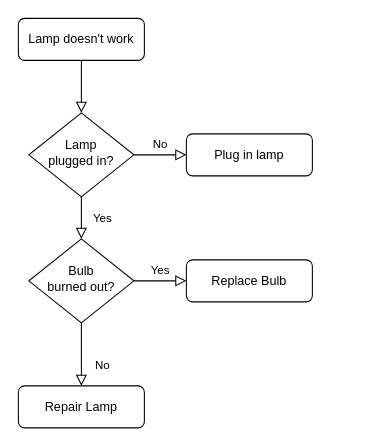
Above: Snacky_dog.drawio in gecksta/gecksta (draw.io), before the change. Source tidied: cells renumbered, new cells numbered last; positions are measured from the earlier drawing's top-left corner, leaving out a move shared by most shapes. Both pictures are drawn from the tidied source at 105%, with x=0, y=0 at pixel (18, 18).
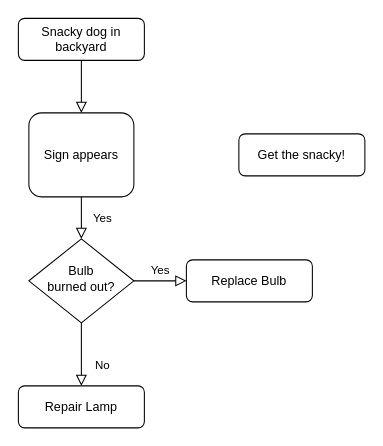
Above is the later version.

The edit, as a diff of the source:
```diff
@@
 <mxGraphModel>
   <root>
     <mxCell id="0" />
     <mxCell id="1" parent="0" />
     <mxCell id="2" style="rounded=0;html=1;jettySize=auto;fontSize=11;endArrow=block;endFill=0;endSize=8;strokeWidth=1;shadow=0;labelBackgroundColor=none;edgeStyle=orthogonalEdgeStyle;" parent="1" edge="1" source="3" target="6">
       <mxGeometry relative="1" as="geometry" />
     </mxCell>
-    <mxCell id="3" value="Lamp doesn't work" style="rounded=1;whiteSpace=wrap;html=1;fontSize=12;glass=0;strokeWidth=1;shadow=0;" parent="1" vertex="1">
+    <mxCell id="3" value="Snacky dog in backyard" style="rounded=1;whiteSpace=wrap;html=1;fontSize=12;glass=0;strokeWidth=1;shadow=0;" parent="1" vertex="1">
       <mxGeometry width="120" height="40" as="geometry" />
     </mxCell>
     <mxCell id="4" value="Yes" style="rounded=0;html=1;jettySize=auto;fontSize=11;endArrow=block;endFill=0;endSize=8;strokeWidth=1;shadow=0;labelBackgroundColor=none;edgeStyle=orthogonalEdgeStyle;" parent="1" edge="1" source="6" target="10">
       <mxGeometry y="20" relative="1" as="geometry" />
     </mxCell>
-    <mxCell id="5" value="No" style="edgeStyle=orthogonalEdgeStyle;rounded=0;html=1;jettySize=auto;fontSize=11;endArrow=block;endFill=0;endSize=8;strokeWidth=1;shadow=0;labelBackgroundColor=none;" parent="1" edge="1" source="6" target="7">
-      <mxGeometry y="10" relative="1" as="geometry" />
-    </mxCell>
-    <mxCell id="6" value="Lamp&lt;br&gt;plugged in?" style="rhombus;whiteSpace=wrap;html=1;shadow=0;fontFamily=Helvetica;fontSize=12;align=center;strokeWidth=1;spacing=6;spacingTop=-4;" parent="1" vertex="1">
+    <mxCell id="6" value="Sign appears" style="rounded=1;whiteSpace=wrap;html=1;shadow=0;fontFamily=Helvetica;fontSize=12;fontColor=default;align=center;strokeColor=default;strokeWidth=1;fillColor=default;" parent="1" vertex="1">
       <mxGeometry x="10" y="90" width="100" height="80" as="geometry" />
     </mxCell>
-    <mxCell id="7" value="Plug in lamp" style="rounded=1;whiteSpace=wrap;html=1;fontSize=12;glass=0;strokeWidth=1;shadow=0;" parent="1" vertex="1">
-      <mxGeometry x="160" y="110" width="120" height="40" as="geometry" />
+    <mxCell id="7" value="Get the snacky!" style="rounded=1;whiteSpace=wrap;html=1;fontSize=12;glass=0;strokeWidth=1;shadow=0;" parent="1" vertex="1">
+      <mxGeometry x="210" y="110" width="120" height="40" as="geometry" />
     </mxCell>
     <mxCell id="8" value="No" style="rounded=0;html=1;jettySize=auto;fontSize=11;endArrow=block;endFill=0;endSize=8;strokeWidth=1;shadow=0;labelBackgroundColor=none;edgeStyle=orthogonalEdgeStyle;" parent="1" edge="1" source="10" target="11">
       <mxGeometry x="0.33" y="20" relative="1" as="geometry" />
     </mxCell>
     <mxCell id="9" value="Yes" style="edgeStyle=orthogonalEdgeStyle;rounded=0;html=1;jettySize=auto;fontSize=11;endArrow=block;endFill=0;endSize=8;strokeWidth=1;shadow=0;labelBackgroundColor=none;" parent="1" edge="1" source="10" target="12">
       <mxGeometry y="10" relative="1" as="geometry" />
     </mxCell>
     <mxCell id="10" value="Bulb&lt;br&gt;burned out?" style="rhombus;whiteSpace=wrap;html=1;shadow=0;fontFamily=Helvetica;fontSize=12;align=center;strokeWidth=1;spacing=6;spacingTop=-4;" parent="1" vertex="1">
       <mxGeometry x="10" y="210" width="100" height="80" as="geometry" />
     </mxCell>
     <mxCell id="11" value="Repair Lamp" style="rounded=1;whiteSpace=wrap;html=1;fontSize=12;glass=0;strokeWidth=1;shadow=0;" parent="1" vertex="1">
       <mxGeometry y="350" width="120" height="40" as="geometry" />
     </mxCell>
     <mxCell id="12" value="Replace Bulb" style="rounded=1;whiteSpace=wrap;html=1;fontSize=12;glass=0;strokeWidth=1;shadow=0;" parent="1" vertex="1">
       <mxGeometry x="160" y="230" width="120" height="40" as="geometry" />
     </mxCell>
   </root>
 </mxGraphModel>
```
